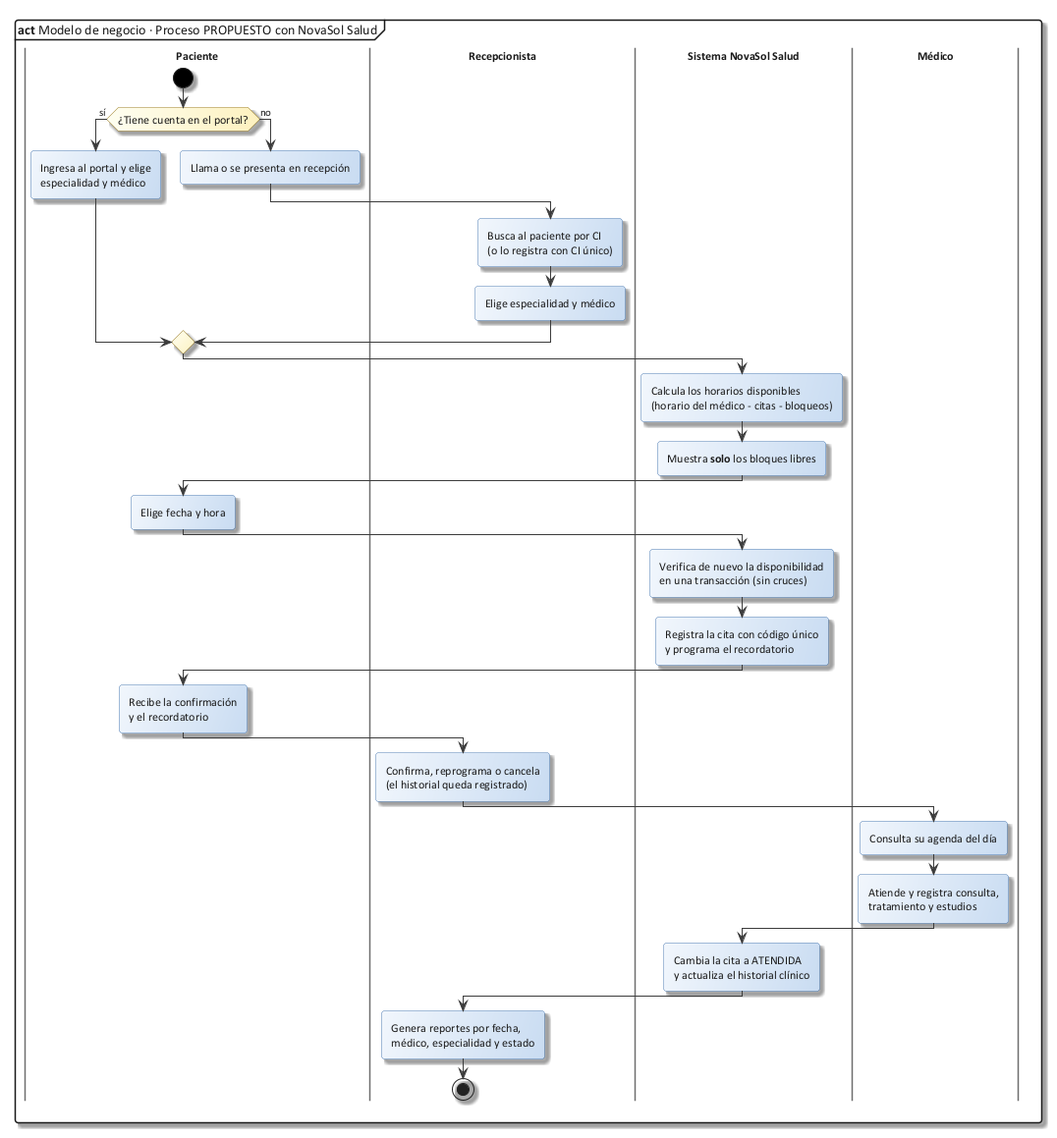
Kato-001/nova-salud keeps this PlantUML diagram as Docs/diagramas/02_negocio_propuesto.png. Above is the earlier version.
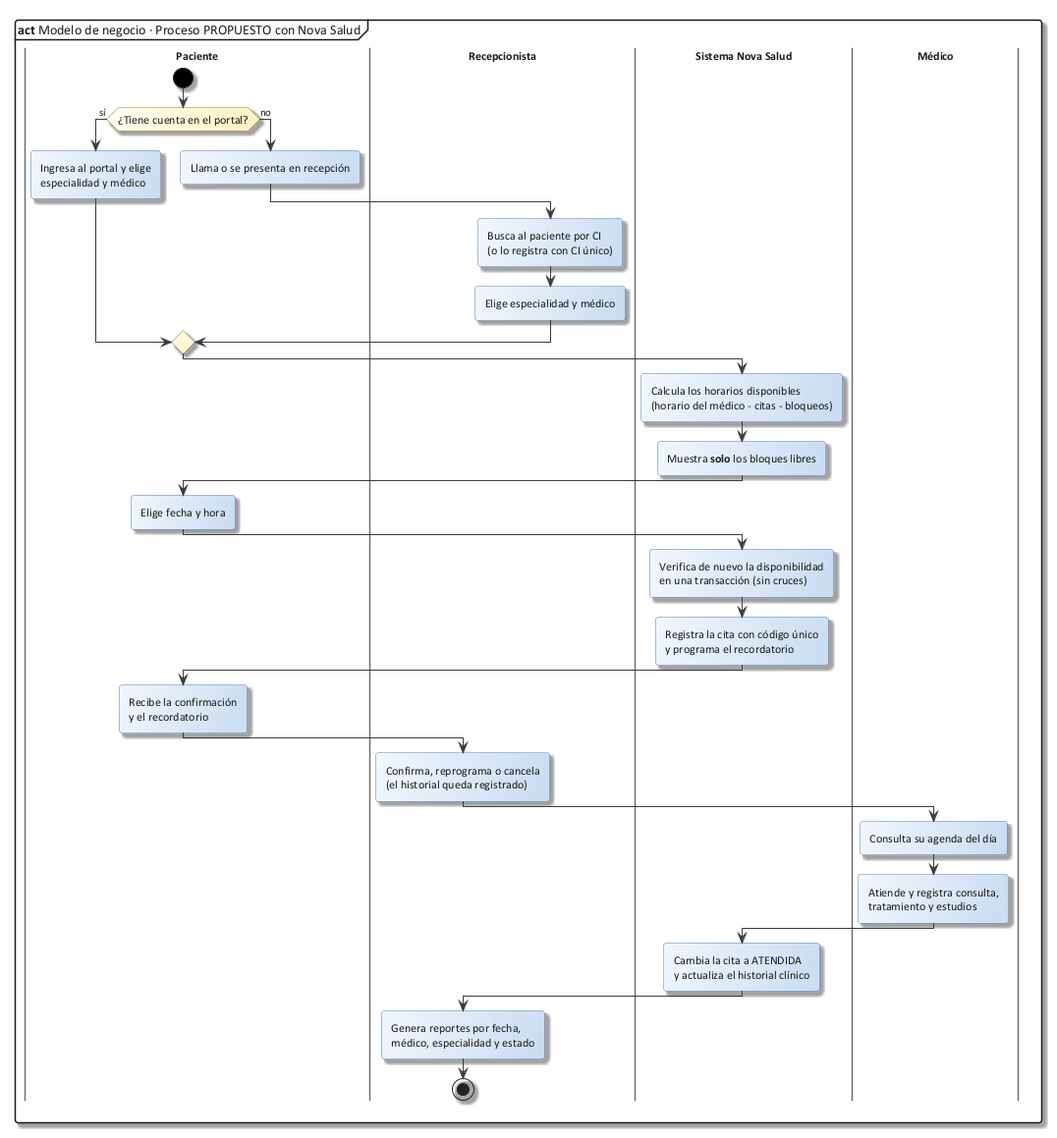
After the commit.

Diff of the diagram source:
```diff
@@ -1,6 +1,6 @@
 @startuml 02_negocio_propuesto
 !include C:/Users/Sergio Estaca Paco/Desktop/HeadSalud/Docs/diagramas/estilo_ea.iuml
-mainframe **act** Modelo de negocio · Proceso PROPUESTO con NovaSol Salud
+mainframe **act** Modelo de negocio · Proceso PROPUESTO con Nova Salud
 
 |Paciente|
 start
@@ -12,12 +12,12 @@
   :Busca al paciente por CI\n(o lo registra con CI único);
   :Elige especialidad y médico;
 endif
-|Sistema NovaSol Salud|
+|Sistema Nova Salud|
 :Calcula los horarios disponibles\n(horario del médico - citas - bloqueos);
 :Muestra **solo** los bloques libres;
 |Paciente|
 :Elige fecha y hora;
-|Sistema NovaSol Salud|
+|Sistema Nova Salud|
 :Verifica de nuevo la disponibilidad\nen una transacción (sin cruces);
 :Registra la cita con código único\ny programa el recordatorio;
 |Paciente|
@@ -27,7 +27,7 @@
 |Médico|
 :Consulta su agenda del día;
 :Atiende y registra consulta,\ntratamiento y estudios;
-|Sistema NovaSol Salud|
+|Sistema Nova Salud|
 :Cambia la cita a ATENDIDA\ny actualiza el historial clínico;
 |Recepcionista|
 :Genera reportes por fecha,\nmédico, especialidad y estado;
```
